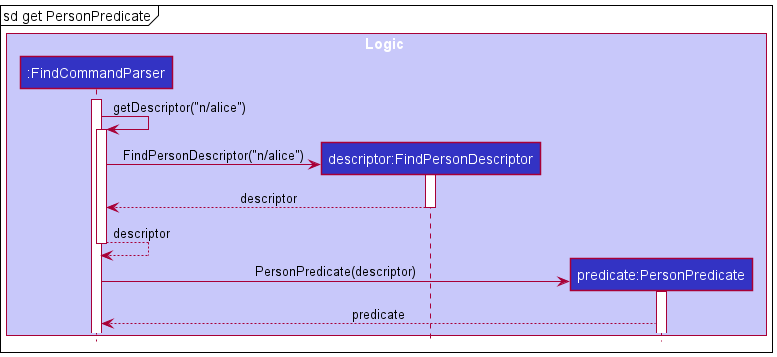
Before: docs/images/PersonPredicate.png, a diagram exported from PlantUML (tandeshao/tp).
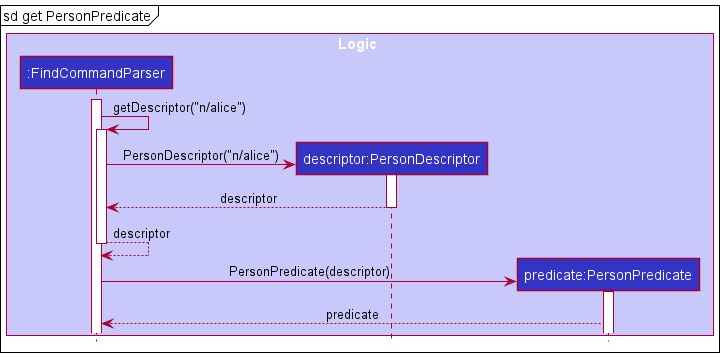
Later version of the same file.

The edit, as a diff of the source:
```diff
@@ -4,7 +4,7 @@
 
 box Logic LOGIC_COLOR_T1
 participant ":FindCommandParser" as FindCommandParser LOGIC_COLOR
-participant "descriptor:FindPersonDescriptor" as FindPersonDescriptor LOGIC_COLOR
+participant "descriptor:PersonDescriptor" as PersonDescriptor LOGIC_COLOR
 participant "predicate:PersonPredicate" as PersonPredicate LOGIC_COLOR
 end box
 
@@ -13,12 +13,12 @@
 FindCommandParser -> FindCommandParser : getDescriptor("n/alice")
 activate FindCommandParser
 
-create FindPersonDescriptor
-FindCommandParser -> FindPersonDescriptor : FindPersonDescriptor("n/alice")
-activate FindPersonDescriptor
+create PersonDescriptor
+FindCommandParser -> PersonDescriptor : PersonDescriptor("n/alice")
+activate PersonDescriptor
 
-FindPersonDescriptor --> FindCommandParser : descriptor
-deactivate FindPersonDescriptor
+PersonDescriptor --> FindCommandParser : descriptor
+deactivate PersonDescriptor
 FindCommandParser --> FindCommandParser : descriptor
 deactivate FindCommandParser
 
```
